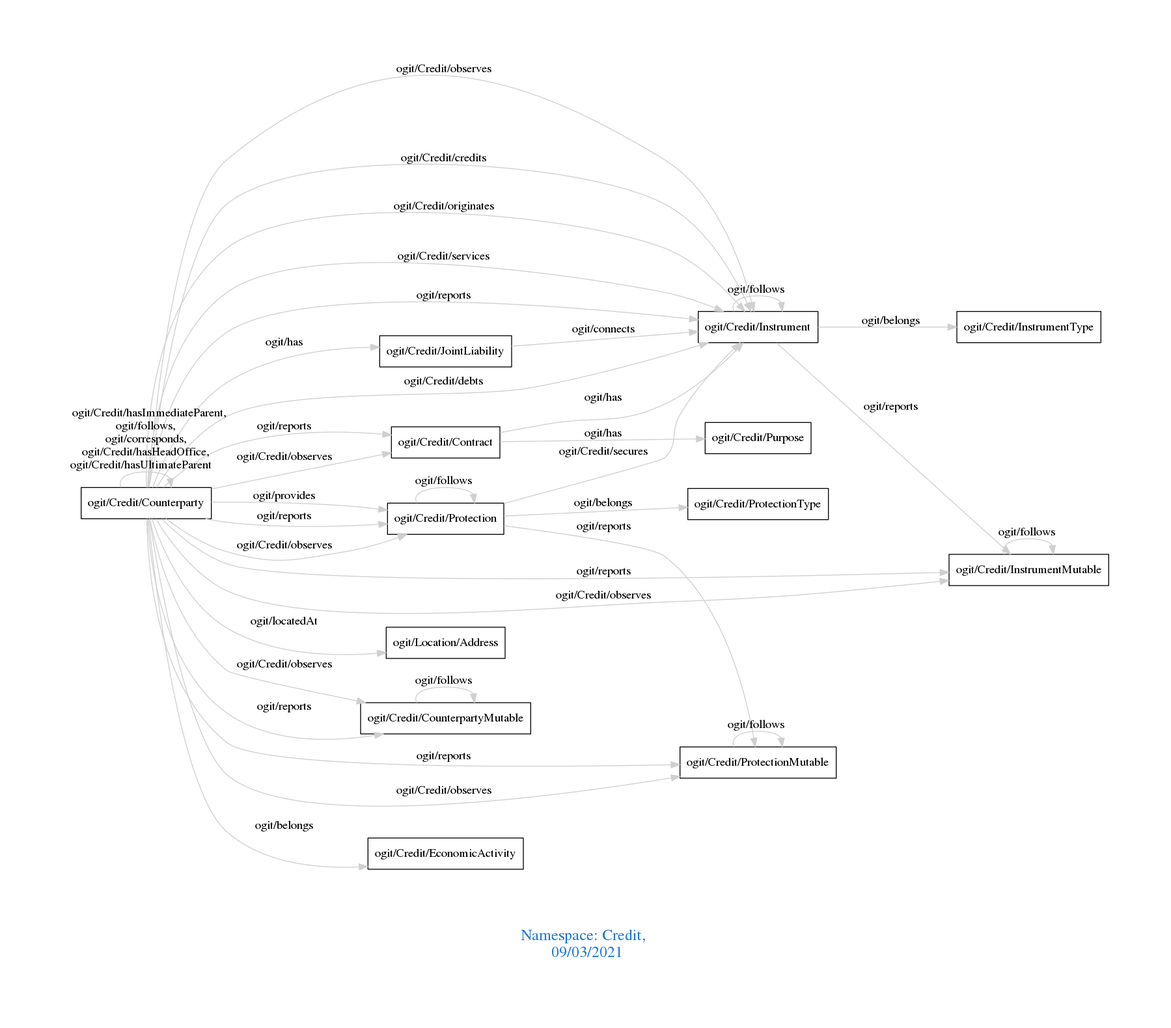
The Graphviz diagram downloads/Credit.png in arago/OGIT, before a commit. Its source is kept beside it as downloads/Credit.dot.
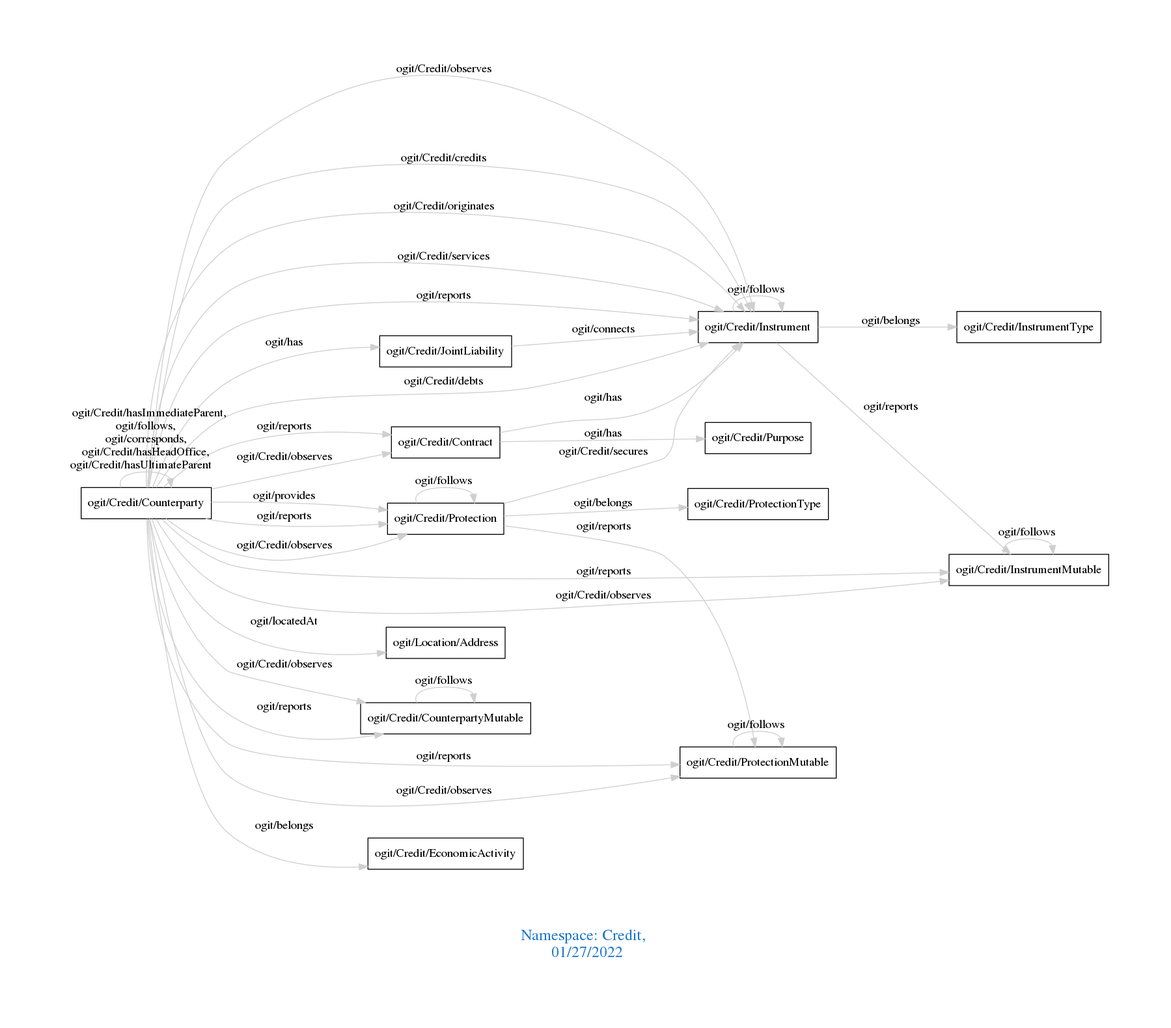
Above is the later version.

Change to the diagram source:
```diff
@@ -1,7 +1,7 @@
 digraph OGIT_ontology {
  graph [ rankdir= LR,pad=1
 fontsize = 18,
-fontcolor= dodgerblue3,label = "\n\n\nNamespace: Credit, \n 09/03/2021"];
+fontcolor= dodgerblue3,label = "\n\n\nNamespace: Credit, \n 01/27/2022"];
 node[shape=polygon];
 edge [  color="gray81"];
 
@@ -20,22 +20,22 @@
    "ogit/Credit/Counterparty" -> "ogit/Credit/Instrument" [label="   ogit/Credit/originates    "];
    "ogit/Credit/Counterparty" -> "ogit/Credit/Instrument" [label="   ogit/Credit/services    "];
    "ogit/Credit/Counterparty" -> "ogit/Credit/EconomicActivity" [label="   ogit/belongs    "];
+   "ogit/Credit/Protection" -> "ogit/Credit/ProtectionType" [label="   ogit/belongs    "];
    "ogit/Credit/Instrument" -> "ogit/Credit/InstrumentType" [label="   ogit/belongs    "];
-   "ogit/Credit/Protection" -> "ogit/Credit/ProtectionType" [label="   ogit/belongs    "];
    "ogit/Credit/Counterparty" -> "ogit/Credit/CounterpartyMutable" [label="   ogit/reports    "];
    "ogit/Credit/Counterparty" -> "ogit/Credit/ProtectionMutable" [label="   ogit/reports    "];
    "ogit/Credit/Counterparty" -> "ogit/Credit/InstrumentMutable" [label="   ogit/reports    "];
    "ogit/Credit/Counterparty" -> "ogit/Credit/Instrument" [label="   ogit/reports    "];
    "ogit/Credit/Counterparty" -> "ogit/Credit/Protection" [label="   ogit/reports    "];
    "ogit/Credit/Counterparty" -> "ogit/Credit/Contract" [label="   ogit/reports    "];
+   "ogit/Credit/Protection" -> "ogit/Credit/ProtectionMutable" [label="   ogit/reports    "];
    "ogit/Credit/Instrument" -> "ogit/Credit/InstrumentMutable" [label="   ogit/reports    "];
-   "ogit/Credit/Protection" -> "ogit/Credit/ProtectionMutable" [label="   ogit/reports    "];
+   "ogit/Credit/Counterparty" -> "ogit/Credit/JointLiability" [label="   ogit/has    "];
    "ogit/Credit/Contract" -> "ogit/Credit/Instrument" [label="   ogit/has    "];
    "ogit/Credit/Contract" -> "ogit/Credit/Purpose" [label="   ogit/has    "];
-   "ogit/Credit/Counterparty" -> "ogit/Credit/JointLiability" [label="   ogit/has    "];
    "ogit/Credit/Protection" -> "ogit/Credit/Protection" [label="   ogit/follows    "];
+   "ogit/Credit/ProtectionMutable" -> "ogit/Credit/ProtectionMutable" [label="   ogit/follows    "];
    "ogit/Credit/InstrumentMutable" -> "ogit/Credit/InstrumentMutable" [label="   ogit/follows    "];
-   "ogit/Credit/ProtectionMutable" -> "ogit/Credit/ProtectionMutable" [label="   ogit/follows    "];
    "ogit/Credit/Instrument" -> "ogit/Credit/Instrument" [label="   ogit/follows    "];
    "ogit/Credit/Counterparty" -> "ogit/Credit/Counterparty" [label="   ogit/Credit/hasImmediateParent, \n ogit/follows, \n ogit/corresponds, \n ogit/Credit/hasHeadOffice, \n ogit/Credit/hasUltimateParent    "];
    "ogit/Credit/CounterpartyMutable" -> "ogit/Credit/CounterpartyMutable" [label="   ogit/follows    "];
```
